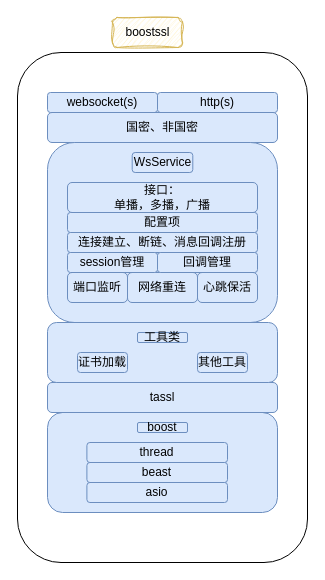
This is boostssl.drawio from ywy2090/drawio, a draw.io file, before an edit. Source tidied: cells renumbered, new cells numbered last; positions are measured from the earlier drawing's top-left corner, leaving out a move shared by most shapes. Both pictures are drawn from the tidied source at 100%, with x=0, y=0 at pixel (17, 17).
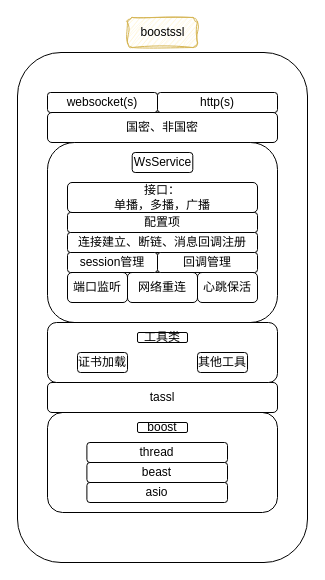
Above is the later version.

What changed in the source:
```diff
@@
-    <mxCell id="3" style="rounded=1;whiteSpace=wrap;html=1;fillColor=#dae8fc;strokeColor=#6c8ebf;" parent="1" vertex="1">
+    <mxCell id="3" style="rounded=1;whiteSpace=wrap;html=1;" parent="1" vertex="1">
       <mxGeometry x="30" y="395" width="230" height="100" as="geometry" />
     </mxCell>
-    <mxCell id="4" value="websocket(s)" style="rounded=1;whiteSpace=wrap;html=1;fillColor=#dae8fc;strokeColor=#6c8ebf;" parent="1" vertex="1">
+    <mxCell id="4" value="websocket(s)" style="rounded=1;whiteSpace=wrap;html=1;" parent="1" vertex="1">
       <mxGeometry x="30" y="75" width="110" height="20" as="geometry" />
     </mxCell>
-    <mxCell id="5" value="http(s)" style="rounded=1;whiteSpace=wrap;html=1;fillColor=#dae8fc;strokeColor=#6c8ebf;" parent="1" vertex="1">
+    <mxCell id="5" value="http(s)" style="rounded=1;whiteSpace=wrap;html=1;" parent="1" vertex="1">
       <mxGeometry x="140" y="75" width="120" height="20" as="geometry" />
     </mxCell>
-    <mxCell id="6" value="国密、非国密" style="rounded=1;whiteSpace=wrap;html=1;fillColor=#dae8fc;strokeColor=#6c8ebf;" parent="1" vertex="1">
+    <mxCell id="6" value="国密、非国密" style="rounded=1;whiteSpace=wrap;html=1;" parent="1" vertex="1">
       <mxGeometry x="30" y="95" width="230" height="30" as="geometry" />
     </mxCell>
-    <mxCell id="7" style="rounded=1;whiteSpace=wrap;html=1;fillColor=#dae8fc;strokeColor=#6c8ebf;" parent="1" vertex="1">
+    <mxCell id="7" style="rounded=1;whiteSpace=wrap;html=1;" parent="1" vertex="1">
       <mxGeometry x="30" y="125" width="230" height="180" as="geometry" />
     </mxCell>
-    <mxCell id="8" value="asio" style="rounded=1;whiteSpace=wrap;html=1;fillColor=#dae8fc;strokeColor=#6c8ebf;" parent="1" vertex="1">
+    <mxCell id="8" value="asio" style="rounded=1;whiteSpace=wrap;html=1;" parent="1" vertex="1">
       <mxGeometry x="69.4" y="465" width="140.6" height="20" as="geometry" />
     </mxCell>
-    <mxCell id="9" value="beast" style="rounded=1;whiteSpace=wrap;html=1;fillColor=#dae8fc;strokeColor=#6c8ebf;" parent="1" vertex="1">
+    <mxCell id="9" value="beast" style="rounded=1;whiteSpace=wrap;html=1;" parent="1" vertex="1">
       <mxGeometry x="69.4" y="445" width="140.6" height="20" as="geometry" />
     </mxCell>
-    <mxCell id="10" value="tassl" style="rounded=1;whiteSpace=wrap;html=1;fillColor=#dae8fc;strokeColor=#6c8ebf;" parent="1" vertex="1">
+    <mxCell id="10" value="tassl" style="rounded=1;whiteSpace=wrap;html=1;" parent="1" vertex="1">
       <mxGeometry x="30" y="365" width="230" height="30" as="geometry" />
     </mxCell>
-    <mxCell id="11" style="rounded=1;whiteSpace=wrap;html=1;fillColor=#dae8fc;strokeColor=#6c8ebf;" parent="1" vertex="1">
+    <mxCell id="11" style="rounded=1;whiteSpace=wrap;html=1;" parent="1" vertex="1">
       <mxGeometry x="30" y="305" width="230" height="60" as="geometry" />
     </mxCell>
-    <mxCell id="12" value="工具类" style="rounded=1;whiteSpace=wrap;html=1;fillColor=#dae8fc;strokeColor=#6c8ebf;" parent="1" vertex="1">
+    <mxCell id="12" value="工具类" style="rounded=1;whiteSpace=wrap;html=1;" parent="1" vertex="1">
       <mxGeometry x="120" y="315" width="50" height="10" as="geometry" />
     </mxCell>
-    <mxCell id="13" value="证书加载" style="rounded=1;whiteSpace=wrap;html=1;fillColor=#dae8fc;strokeColor=#6c8ebf;" parent="1" vertex="1">
+    <mxCell id="13" value="证书加载" style="rounded=1;whiteSpace=wrap;html=1;" parent="1" vertex="1">
       <mxGeometry x="60" y="335" width="50" height="20" as="geometry" />
     </mxCell>
-    <mxCell id="14" value="其他工具" style="rounded=1;whiteSpace=wrap;html=1;fillColor=#dae8fc;strokeColor=#6c8ebf;" parent="1" vertex="1">
+    <mxCell id="14" value="其他工具" style="rounded=1;whiteSpace=wrap;html=1;" parent="1" vertex="1">
       <mxGeometry x="180" y="335" width="50" height="20" as="geometry" />
     </mxCell>
-    <mxCell id="15" value="thread" style="rounded=1;whiteSpace=wrap;html=1;fillColor=#dae8fc;strokeColor=#6c8ebf;" parent="1" vertex="1">
+    <mxCell id="15" value="thread" style="rounded=1;whiteSpace=wrap;html=1;" parent="1" vertex="1">
       <mxGeometry x="69.4" y="425" width="140.6" height="20" as="geometry" />
     </mxCell>
-    <mxCell id="16" value="boost" style="rounded=1;whiteSpace=wrap;html=1;fillColor=#dae8fc;strokeColor=#6c8ebf;glass=0;" parent="1" vertex="1">
+    <mxCell id="16" value="boost" style="rounded=1;whiteSpace=wrap;html=1;glass=0;" parent="1" vertex="1">
       <mxGeometry x="120" y="405" width="50" height="10" as="geometry" />
     </mxCell>
-    <mxCell id="17" value="WsService" style="rounded=1;whiteSpace=wrap;html=1;fillColor=#dae8fc;strokeColor=#6c8ebf;" parent="1" vertex="1">
+    <mxCell id="17" value="WsService" style="rounded=1;whiteSpace=wrap;html=1;" parent="1" vertex="1">
       <mxGeometry x="114.7" y="135" width="60.6" height="20" as="geometry" />
     </mxCell>
-    <mxCell id="18" value="配置项" style="rounded=1;whiteSpace=wrap;html=1;fillColor=#dae8fc;strokeColor=#6c8ebf;" parent="1" vertex="1">
+    <mxCell id="18" value="配置项" style="rounded=1;whiteSpace=wrap;html=1;" parent="1" vertex="1">
       <mxGeometry x="50" y="195" width="190" height="20" as="geometry" />
     </mxCell>
-    <mxCell id="19" value="网络重连" style="rounded=1;whiteSpace=wrap;html=1;fillColor=#dae8fc;strokeColor=#6c8ebf;" parent="1" vertex="1">
+    <mxCell id="19" value="网络重连" style="rounded=1;whiteSpace=wrap;html=1;" parent="1" vertex="1">
       <mxGeometry x="110" y="255" width="70" height="30" as="geometry" />
     </mxCell>
-    <mxCell id="20" value="连接建立、断链、消息回调注册" style="rounded=1;whiteSpace=wrap;html=1;fillColor=#dae8fc;strokeColor=#6c8ebf;" parent="1" vertex="1">
+    <mxCell id="20" value="连接建立、断链、消息回调注册" style="rounded=1;whiteSpace=wrap;html=1;" parent="1" vertex="1">
       <mxGeometry x="50" y="215" width="190" height="20" as="geometry" />
     </mxCell>
-    <mxCell id="21" value="端口监听" style="rounded=1;whiteSpace=wrap;html=1;fillColor=#dae8fc;strokeColor=#6c8ebf;" parent="1" vertex="1">
+    <mxCell id="21" value="端口监听" style="rounded=1;whiteSpace=wrap;html=1;" parent="1" vertex="1">
       <mxGeometry x="50" y="255" width="60" height="30" as="geometry" />
     </mxCell>
-    <mxCell id="22" value="session管理" style="rounded=1;whiteSpace=wrap;html=1;fillColor=#dae8fc;strokeColor=#6c8ebf;" parent="1" vertex="1">
+    <mxCell id="22" value="session管理" style="rounded=1;whiteSpace=wrap;html=1;" parent="1" vertex="1">
       <mxGeometry x="50" y="235" width="90" height="20" as="geometry" />
     </mxCell>
-    <mxCell id="23" value="心跳保活" style="rounded=1;whiteSpace=wrap;html=1;fillColor=#dae8fc;strokeColor=#6c8ebf;" parent="1" vertex="1">
+    <mxCell id="23" value="心跳保活" style="rounded=1;whiteSpace=wrap;html=1;" parent="1" vertex="1">
       <mxGeometry x="180" y="255" width="60" height="30" as="geometry" />
     </mxCell>
-    <mxCell id="24" value="回调管理" style="rounded=1;whiteSpace=wrap;html=1;fillColor=#dae8fc;strokeColor=#6c8ebf;" parent="1" vertex="1">
+    <mxCell id="24" value="回调管理" style="rounded=1;whiteSpace=wrap;html=1;" parent="1" vertex="1">
       <mxGeometry x="140" y="235" width="100" height="20" as="geometry" />
     </mxCell>
-    <mxCell id="25" value="接口：&lt;br&gt;单播，多播，广播" style="rounded=1;whiteSpace=wrap;html=1;fillColor=#dae8fc;strokeColor=#6c8ebf;" parent="1" vertex="1">
+    <mxCell id="25" value="接口：&lt;br&gt;单播，多播，广播" style="rounded=1;whiteSpace=wrap;html=1;" parent="1" vertex="1">
       <mxGeometry x="50" y="165" width="190" height="30" as="geometry" />
     </mxCell>
     <mxCell id="26" value="boostssl" style="text;html=1;align=center;verticalAlign=middle;strokeColor=#d6b656;fillColor=#fff2cc;rounded=1;sketch=1;curveFitting=1;jiggle=2;" parent="1" vertex="1">
-      <mxGeometry x="95" width="70" height="30" as="geometry" />
+      <mxGeometry x="110" width="70" height="30" as="geometry" />
     </mxCell>
```
